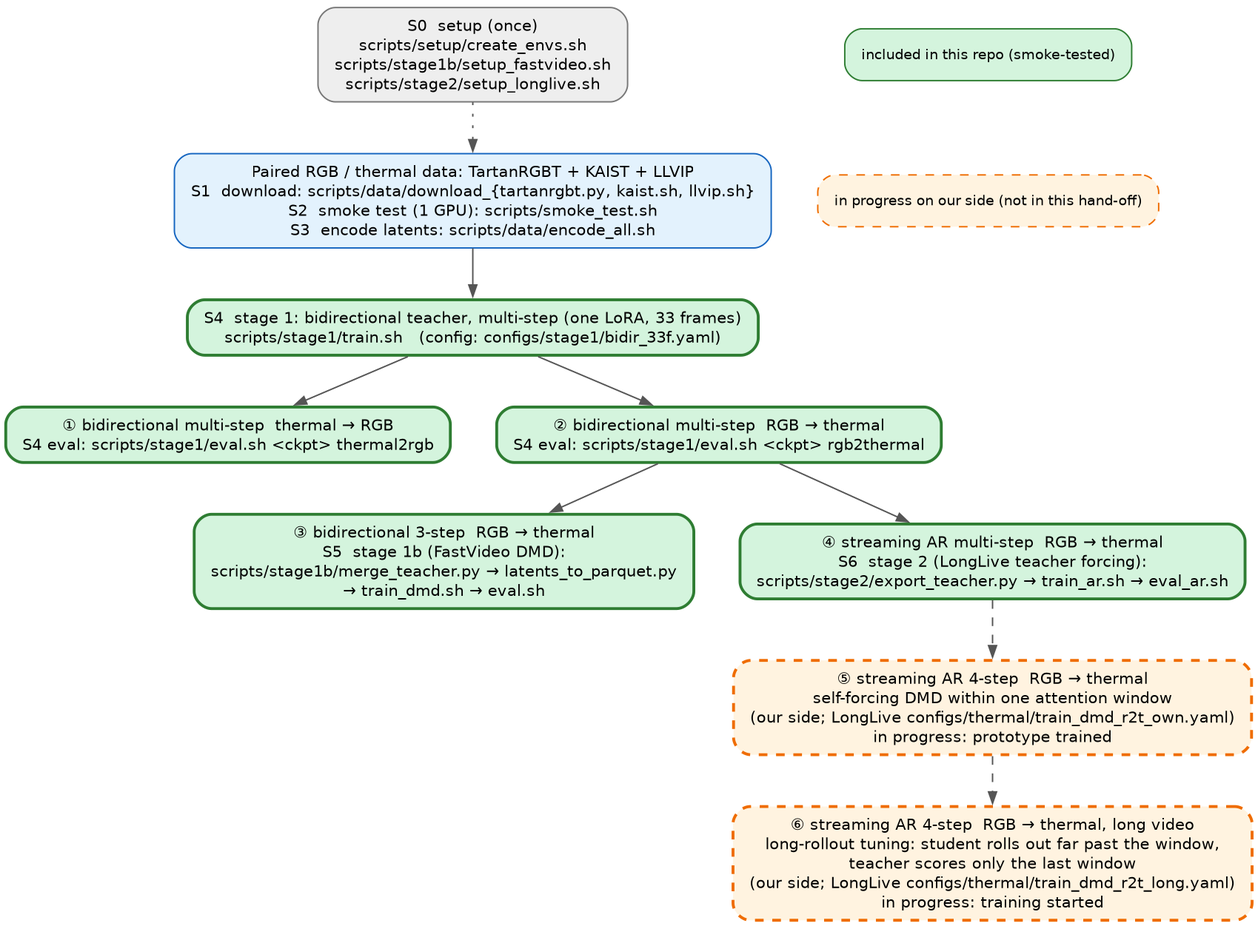
The Graphviz diagram assets/model_tree.png in Greenery-S/thermal_v2v, before a commit. Its source is kept beside it as assets/model_tree.dot.
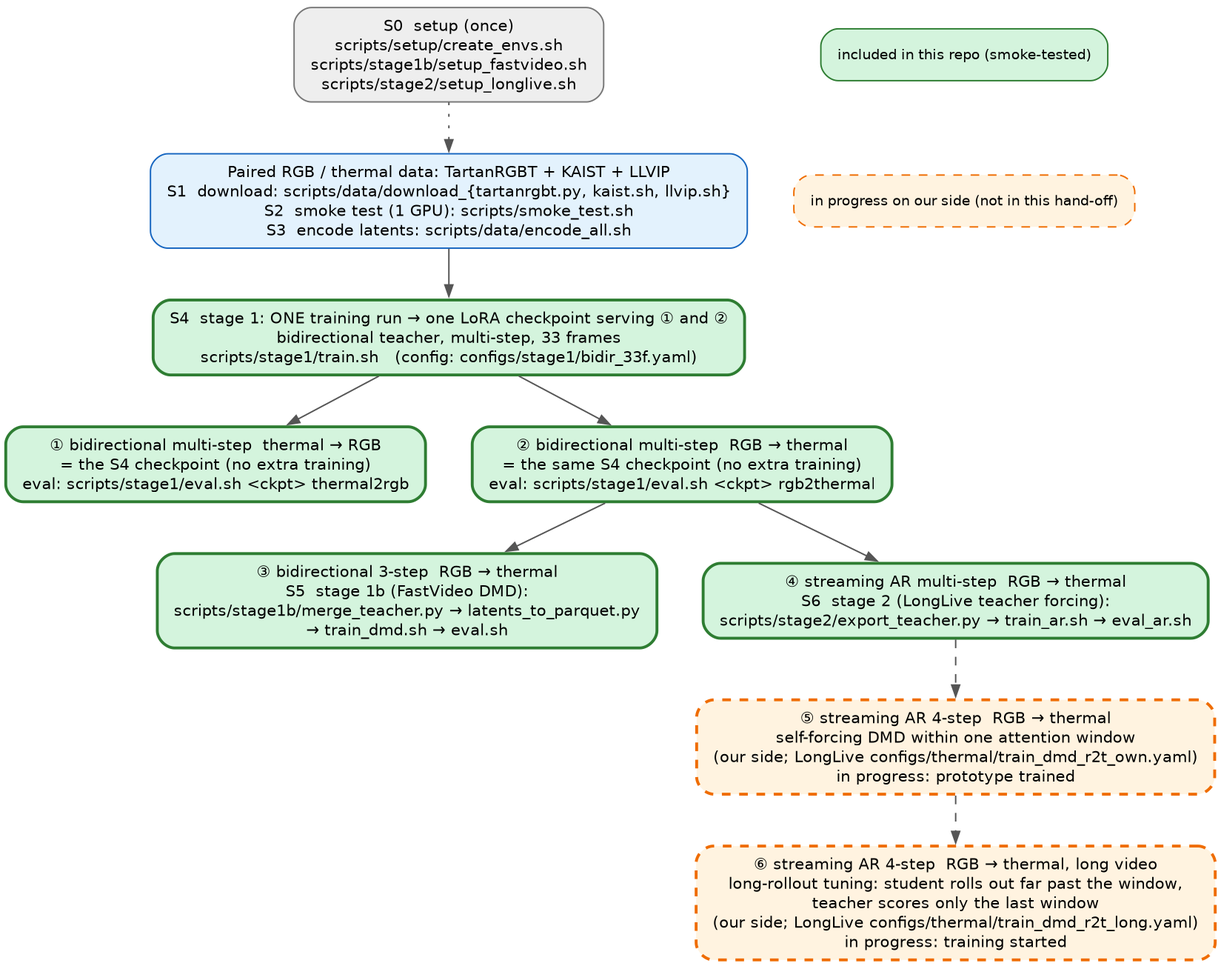
Later version of the same file.

Commit message:
Model tree: S4 is one training run serving both directions

Claude-Session: https://claude.ai/code/session_01NBTj3S3TNdiismT1XzBazh

What changed in the source:
```diff
@@ -4,9 +4,9 @@
   edge [color="#555555", arrowsize=0.8];
   S0  [label="S0  setup (once)\nscripts/setup/create_envs.sh\nscripts/stage1b/setup_fastvideo.sh\nscripts/stage2/setup_longlive.sh", fillcolor="#eeeeee", color="#777777"];
   D   [label="Paired RGB / thermal data: TartanRGBT + KAIST + LLVIP\nS1  download: scripts/data/download_{tartanrgbt.py, kaist.sh, llvip.sh}\nS2  smoke test (1 GPU): scripts/smoke_test.sh\nS3  encode latents: scripts/data/encode_all.sh", fillcolor="#e3f2fd", color="#1565c0"];
-  B   [label="S4  stage 1: bidirectional teacher, multi-step (one LoRA, 33 frames)\nscripts/stage1/train.sh   (config: configs/stage1/bidir_33f.yaml)", fillcolor="#d4f4dd", color="#2e7d32", penwidth=2];
-  T2R [label="① bidirectional multi-step  thermal → RGB\nS4 eval: scripts/stage1/eval.sh <ckpt> thermal2rgb", fillcolor="#d4f4dd", color="#2e7d32", penwidth=2];
-  R2T [label="② bidirectional multi-step  RGB → thermal\nS4 eval: scripts/stage1/eval.sh <ckpt> rgb2thermal", fillcolor="#d4f4dd", color="#2e7d32", penwidth=2];
+  B   [label="S4  stage 1: ONE training run → one LoRA checkpoint serving ① and ②\nbidirectional teacher, multi-step, 33 frames\nscripts/stage1/train.sh   (config: configs/stage1/bidir_33f.yaml)", fillcolor="#d4f4dd", color="#2e7d32", penwidth=2];
+  T2R [label="① bidirectional multi-step  thermal → RGB\n= the S4 checkpoint (no extra training)\neval: scripts/stage1/eval.sh <ckpt> thermal2rgb", fillcolor="#d4f4dd", color="#2e7d32", penwidth=2];
+  R2T [label="② bidirectional multi-step  RGB → thermal\n= the same S4 checkpoint (no extra training)\neval: scripts/stage1/eval.sh <ckpt> rgb2thermal", fillcolor="#d4f4dd", color="#2e7d32", penwidth=2];
   FS  [label="③ bidirectional 3-step  RGB → thermal\nS5  stage 1b (FastVideo DMD):\nscripts/stage1b/merge_teacher.py → latents_to_parquet.py\n→ train_dmd.sh → eval.sh", fillcolor="#d4f4dd", color="#2e7d32", penwidth=2];
   AR  [label="④ streaming AR multi-step  RGB → thermal\nS6  stage 2 (LongLive teacher forcing):\nscripts/stage2/export_teacher.py → train_ar.sh → eval_ar.sh", fillcolor="#d4f4dd", color="#2e7d32", penwidth=2];
   SF  [label="⑤ streaming AR 4-step  RGB → thermal\nself-forcing DMD within one attention window\n(our side; LongLive configs/thermal/train_dmd_r2t_own.yaml)\nin progress: prototype trained", fillcolor="#fff3e0", color="#ef6c00", style="rounded,filled,dashed", penwidth=2];
```
